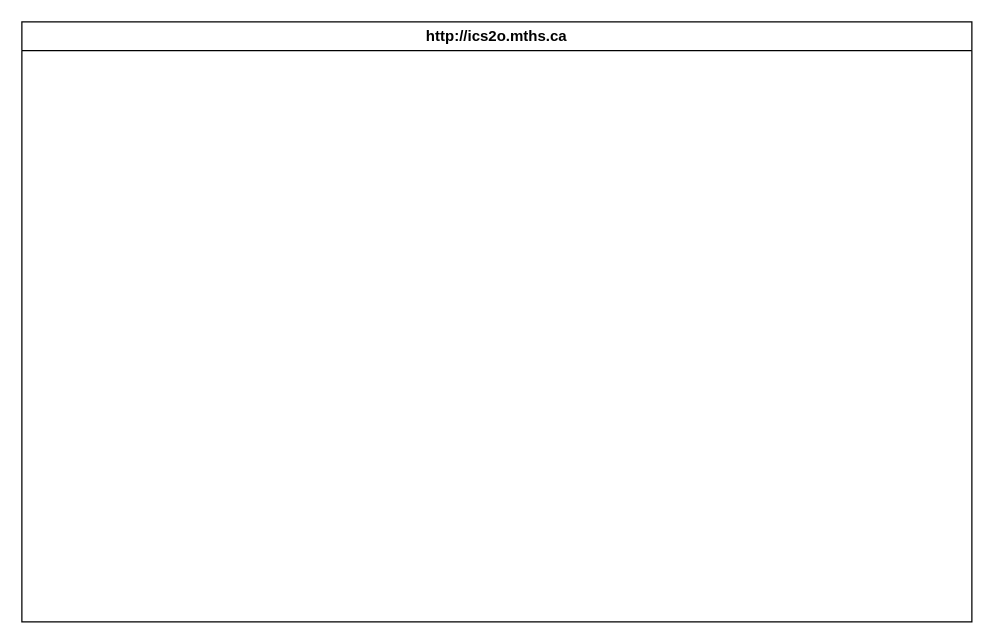
Above: design/storyboard.drawio in MTHS-ICD2O-1-2023/ICD2O-Unit-3-03-pablo-fiallos-granados (draw.io), before the change. Source tidied: cells renumbered, new cells numbered last; positions are measured from the earlier drawing's top-left corner, leaving out a move shared by most shapes. Both pictures are drawn from the tidied source at 125%, with x=0, y=0 at pixel (21, 21). Pictures stored in the file or linked from it are replaced by grey dashed boxes.
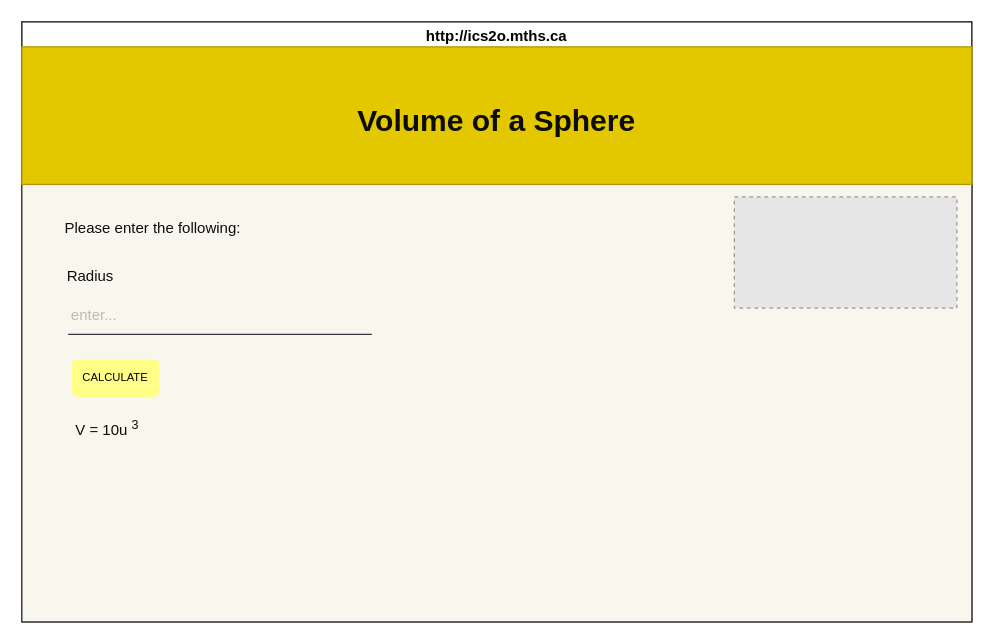
The same page after the edit.

Change to the diagram source:
```diff
@@
 <mxGraphModel>
   <root>
     <mxCell id="0" />
     <mxCell id="1" parent="0" />
     <mxCell id="2" value="http://ics2o.mths.ca" style="swimlane;whiteSpace=wrap;html=1;" parent="1" vertex="1">
       <mxGeometry width="760" height="480" as="geometry" />
     </mxCell>
+    <mxCell id="3" style="rounded=0;whiteSpace=wrap;html=1;fillColor=#f9f7ed;strokeColor=#36393d;fontSize=9;" parent="2" vertex="1">
+      <mxGeometry y="130" width="760" height="350" as="geometry" />
+    </mxCell>
+    <mxCell id="4" value="Please enter the following:" style="text;html=1;strokeColor=none;fillColor=none;align=center;verticalAlign=middle;whiteSpace=wrap;rounded=0;fontColor=#0D0D0D;" parent="2" vertex="1">
+      <mxGeometry x="30" y="150" width="150" height="30" as="geometry" />
+    </mxCell>
+    <mxCell id="5" value="Radius" style="text;html=1;strokeColor=none;fillColor=none;align=center;verticalAlign=middle;whiteSpace=wrap;rounded=0;fontColor=#0D0D0D;" parent="2" vertex="1">
+      <mxGeometry x="40" y="189" width="30" height="30" as="geometry" />
+    </mxCell>
+    <mxCell id="6" style="endArrow=none;html=1;fontColor=#0D0D0D;jumpSize=5;fillColor=#eeeeee;strokeColor=#36393d;" parent="2" edge="1">
+      <mxGeometry relative="1" as="geometry">
+        <mxPoint x="37" y="250" as="sourcePoint" />
+        <mxPoint x="280" y="250" as="targetPoint" />
+      </mxGeometry>
+    </mxCell>
+    <mxCell id="7" value="enter..." style="text;html=1;strokeColor=none;fillColor=none;align=center;verticalAlign=middle;whiteSpace=wrap;rounded=0;fontColor=#BDBBB9;" parent="2" vertex="1">
+      <mxGeometry x="28" y="220" width="60" height="30" as="geometry" />
+    </mxCell>
+    <mxCell id="8" style="whiteSpace=wrap;html=1;fillColor=#e3c800;fontColor=#000000;strokeColor=#B09500;" parent="2" vertex="1">
+      <mxGeometry y="20" width="760" height="110" as="geometry" />
+    </mxCell>
+    <mxCell id="9" style="fillColor=#E6E6E6;strokeColor=#999999;dashed=1;verticalLabelPosition=bottom;labelBackgroundColor=default;verticalAlign=top;" parent="2" vertex="1">
+      <mxGeometry x="570" y="140" width="178" height="89" as="geometry" />
+    </mxCell>
+    <mxCell id="10" value="&lt;font color=&quot;#000000&quot; style=&quot;font-size: 9px;&quot;&gt;CALCULATE&lt;/font&gt;" style="rounded=1;whiteSpace=wrap;html=1;fillColor=#ffff88;strokeColor=none;fontSize=9;" parent="2" vertex="1">
+      <mxGeometry x="40" y="270" width="70" height="30" as="geometry" />
+    </mxCell>
+    <mxCell id="11" value="V = 10u &lt;sup&gt;3&lt;/sup&gt;" style="text;html=1;strokeColor=none;fillColor=none;align=center;verticalAlign=middle;whiteSpace=wrap;rounded=0;fontColor=#0D0D0D;" parent="2" vertex="1">
+      <mxGeometry x="27" y="310" width="83" height="30" as="geometry" />
+    </mxCell>
+    <mxCell id="12" value="&lt;h1&gt;&lt;font color=&quot;#0d0d0d&quot;&gt;Volume of a Sphere&lt;/font&gt;&lt;/h1&gt;" style="text;html=1;strokeColor=none;fillColor=none;align=center;verticalAlign=middle;whiteSpace=wrap;rounded=0;" parent="1" vertex="1">
+      <mxGeometry x="160" y="20" width="440" height="120" as="geometry" />
+    </mxCell>
   </root>
 </mxGraphModel>
```
